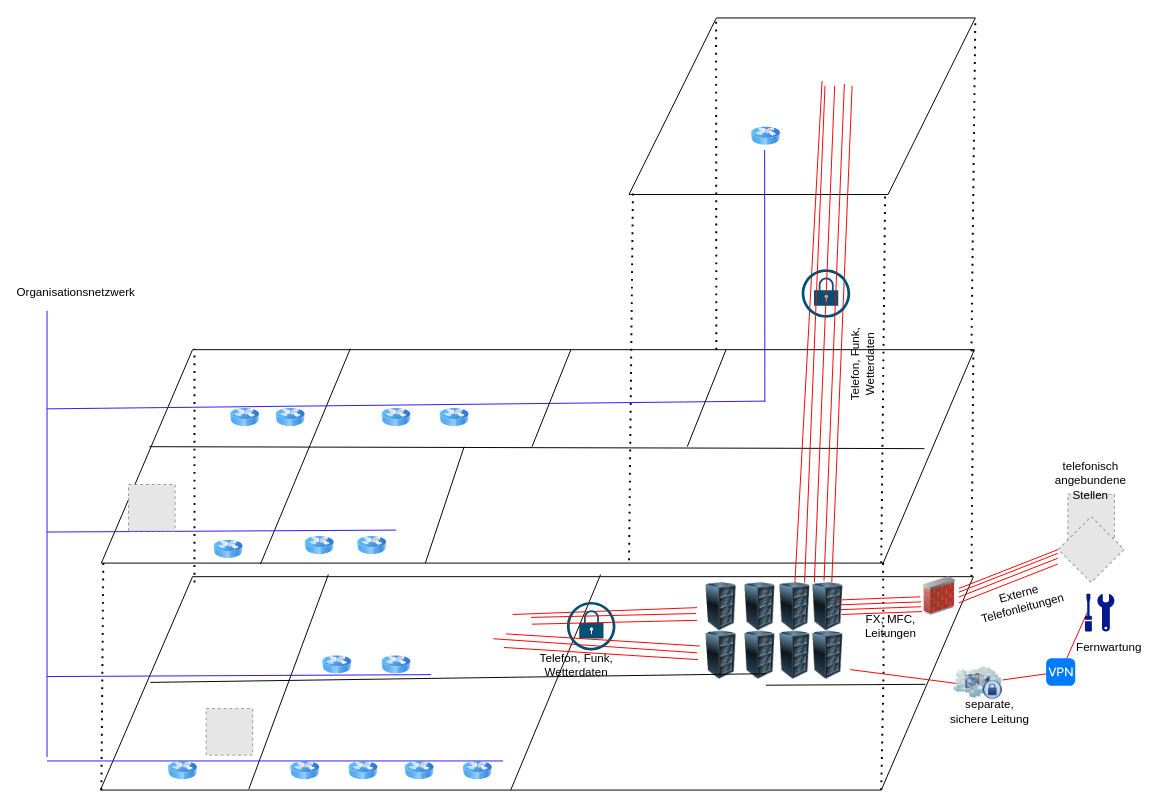
This is Physische Netzwerktopologie.drawio from meetSeb/Computer-Network, a draw.io file, before an edit. Source tidied: cells renumbered, new cells numbered last; positions are measured from the earlier drawing's top-left corner, leaving out a move shared by most shapes. Both pictures are drawn from the tidied source at 97%, with x=0, y=0 at pixel (47, 17). Pictures stored in the file or linked from it are replaced by grey dashed boxes.
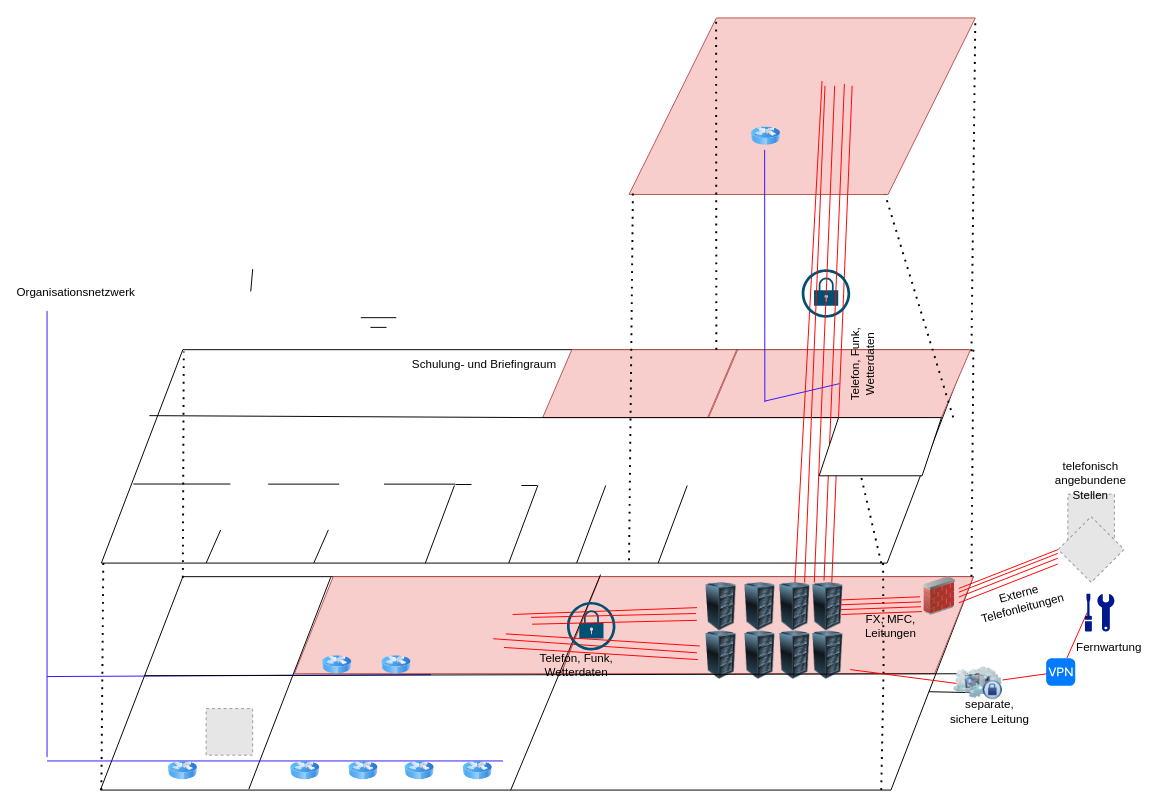
The same page after the edit.

The edit, as a diff of the source:
```diff
@@
+    <mxCell id="3" style="shape=parallelogram;perimeter=parallelogramPerimeter;whiteSpace=wrap;html=1;fixedSize=1;size=84;" parent="1" vertex="1">
+      <mxGeometry x="56" y="342" width="894" height="220" as="geometry" />
+    </mxCell>
+    <mxCell id="92" style="shape=parallelogram;perimeter=parallelogramPerimeter;whiteSpace=wrap;html=1;fixedSize=1;size=30;fillColor=#f8cecc;strokeColor=#b85450;" parent="1" vertex="1">
+      <mxGeometry x="682" y="342" width="270" height="70" as="geometry" />
+    </mxCell>
+    <mxCell id="93" style="shape=parallelogram;perimeter=parallelogramPerimeter;whiteSpace=wrap;html=1;fixedSize=1;size=30;fillColor=#f8cecc;strokeColor=#b85450;" parent="1" vertex="1">
+      <mxGeometry x="511" y="342" width="200" height="70" as="geometry" />
+    </mxCell>
+    <mxCell id="4" style="shape=parallelogram;perimeter=parallelogramPerimeter;whiteSpace=wrap;html=1;fixedSize=1;size=85;" parent="1" vertex="1">
+      <mxGeometry x="55" y="576" width="900" height="220" as="geometry" />
+    </mxCell>
+    <mxCell id="94" style="shape=parallelogram;perimeter=parallelogramPerimeter;whiteSpace=wrap;html=1;fixedSize=1;size=40;fillColor=#f8cecc;strokeColor=#b85450;" parent="1" vertex="1">
+      <mxGeometry x="255" y="576" width="315" height="100" as="geometry" />
+    </mxCell>
+    <mxCell id="95" style="shape=parallelogram;perimeter=parallelogramPerimeter;whiteSpace=wrap;html=1;fixedSize=1;size=40;fillColor=#f8cecc;strokeColor=#b85450;" parent="1" vertex="1">
+      <mxGeometry x="530" y="576" width="425" height="100" as="geometry" />
+    </mxCell>
-    <mxCell id="2" style="shape=parallelogram;perimeter=parallelogramPerimeter;whiteSpace=wrap;html=1;fixedSize=1;size=90.00000000000023;" parent="1" vertex="1">
+    <mxCell id="2" style="shape=parallelogram;perimeter=parallelogramPerimeter;whiteSpace=wrap;html=1;fixedSize=1;size=90.00000000000023;fillColor=#f8cecc;strokeColor=#b85450;" parent="1" vertex="1">
       <mxGeometry x="600" width="357" height="182" as="geometry" />
     </mxCell>
-    <mxCell id="3" style="shape=parallelogram;perimeter=parallelogramPerimeter;whiteSpace=wrap;html=1;fixedSize=1;size=94;" parent="1" vertex="1">
-      <mxGeometry x="56" y="342" width="900" height="220" as="geometry" />
-    </mxCell>
-    <mxCell id="4" style="shape=parallelogram;perimeter=parallelogramPerimeter;whiteSpace=wrap;html=1;fixedSize=1;size=95;" parent="1" vertex="1">
-      <mxGeometry x="55" y="576" width="900" height="220" as="geometry" />
-    </mxCell>
@@
-    <mxCell id="6" style="edgeStyle=none;rounded=0;orthogonalLoop=1;jettySize=auto;html=1;sourcePerimeterSpacing=5;endArrow=none;endFill=0;targetPerimeterSpacing=5;strokeColor=#2E17FF;" parent="1" edge="1">
+    <mxCell id="6" style="edgeStyle=none;rounded=0;jettySize=auto;html=1;sourcePerimeterSpacing=5;endArrow=none;endFill=0;targetPerimeterSpacing=5;strokeColor=#2E17FF;" parent="1" edge="1" source="92">
       <mxGeometry relative="1" as="geometry">
-        <mxPoint y="403" as="sourcePoint" />
         <mxPoint x="740" y="395" as="targetPoint" />
       </mxGeometry>
     </mxCell>
@@
-    <mxCell id="10" style="endArrow=none;dashed=1;html=1;dashPattern=1 3;strokeWidth=2;rounded=0;entryX=0.935;entryY=0.989;entryDx=0;entryDy=0;entryPerimeter=0;" parent="1" edge="1">
+    <mxCell id="10" style="endArrow=none;dashed=1;html=1;dashPattern=1 3;strokeWidth=2;rounded=0;entryX=0.095;entryY=0.009;entryDx=0;entryDy=0;entryPerimeter=0;" parent="1" edge="1" target="3">
       <mxGeometry relative="1" as="geometry">
-        <mxPoint x="152" y="582" as="sourcePoint" />
-        <mxPoint x="152" y="341" as="targetPoint" />
+        <mxPoint x="140" y="577" as="sourcePoint" />
       </mxGeometry>
     </mxCell>
@@
-    <mxCell id="12" style="endArrow=none;dashed=1;html=1;dashPattern=1 3;strokeWidth=2;rounded=0;exitX=0.934;exitY=0.997;exitDx=0;exitDy=0;exitPerimeter=0;" parent="1" edge="1">
+    <mxCell id="12" style="endArrow=none;dashed=1;html=1;dashPattern=1 3;strokeWidth=2;rounded=0;exitX=0.934;exitY=0.997;exitDx=0;exitDy=0;exitPerimeter=0;" parent="1" edge="1" source="92">
       <mxGeometry relative="1" as="geometry">
-        <mxPoint x="860" y="562" as="sourcePoint" />
         <mxPoint x="864" y="182" as="targetPoint" />
       </mxGeometry>
     </mxCell>
@@
     <mxCell id="15" style="endArrow=none;html=1;rounded=0;entryX=1;entryY=0.25;entryDx=0;entryDy=0;" parent="1" edge="1">
       <mxGeometry relative="1" as="geometry">
-        <mxPoint x="105.5" y="442" as="sourcePoint" />
-        <mxPoint x="904.5" y="444" as="targetPoint" />
+        <mxPoint x="105.5" y="410" as="sourcePoint" />
+        <mxPoint x="904.5" y="412" as="targetPoint" />
+        <Array as="points">
+          <mxPoint x="500" y="412" />
+        </Array>
       </mxGeometry>
     </mxCell>
-    <mxCell id="16" style="endArrow=none;html=1;rounded=0;entryX=1;entryY=0.25;entryDx=0;entryDy=0;" parent="1" edge="1">
-      <mxGeometry relative="1" as="geometry">
-        <mxPoint x="741" y="687.9" as="sourcePoint" />
-        <mxPoint x="905.5" y="687" as="targetPoint" />
-      </mxGeometry>
-    </mxCell>
@@
-    <mxCell id="18" style="endArrow=none;html=1;rounded=0;entryX=0.75;entryY=0;entryDx=0;entryDy=0;exitX=0.17;exitY=0.996;exitDx=0;exitDy=0;exitPerimeter=0;" parent="1" edge="1" source="4">
-      <mxGeometry relative="1" as="geometry">
-        <mxPoint x="290" y="573.8" as="targetPoint" />
-      </mxGeometry>
+    <mxCell id="18" style="endArrow=none;html=1;rounded=0;entryX=0.119;entryY=0.006;entryDx=0;entryDy=0;exitX=0.17;exitY=0.996;exitDx=0;exitDy=0;exitPerimeter=0;entryPerimeter=0;" parent="1" edge="1" source="4" target="94">
+      <mxGeometry relative="1" as="geometry" />
     </mxCell>
-    <mxCell id="19" style="endArrow=none;html=1;rounded=0;entryX=0.75;entryY=0;entryDx=0;entryDy=0;exitX=0.647;exitY=1.01;exitDx=0;exitDy=0;exitPerimeter=0;" parent="1" edge="1">
+    <mxCell id="19" style="endArrow=none;html=1;rounded=0;exitX=0.647;exitY=1.01;exitDx=0;exitDy=0;exitPerimeter=0;" parent="1" edge="1">
       <mxGeometry relative="1" as="geometry">
-        <mxPoint x="220" y="563.1" as="sourcePoint" />
-        <mxPoint x="312.7" y="340.9" as="targetPoint" />
+        <mxPoint x="164" y="562" as="sourcePoint" />
+        <mxPoint x="179" y="527.8" as="targetPoint" />
       </mxGeometry>
     </mxCell>
     <mxCell id="20" style="endArrow=none;html=1;rounded=0;exitX=0.647;exitY=1.01;exitDx=0;exitDy=0;exitPerimeter=0;" parent="1" edge="1">
       <mxGeometry relative="1" as="geometry">
         <mxPoint x="390" y="562" as="sourcePoint" />
-        <mxPoint x="430" y="442" as="targetPoint" />
+        <mxPoint x="420" y="482" as="targetPoint" />
       </mxGeometry>
     </mxCell>
-    <mxCell id="21" style="endArrow=none;html=1;rounded=0;exitX=0.647;exitY=1.01;exitDx=0;exitDy=0;exitPerimeter=0;" parent="1" edge="1">
-      <mxGeometry relative="1" as="geometry">
-        <mxPoint x="500" y="442" as="sourcePoint" />
-        <mxPoint x="540" y="342" as="targetPoint" />
-      </mxGeometry>
-    </mxCell>
@@
-    <mxCell id="34" style="edgeStyle=none;rounded=0;orthogonalLoop=1;jettySize=auto;html=1;sourcePerimeterSpacing=5;endArrow=none;endFill=0;targetPerimeterSpacing=5;strokeColor=#3112FF;" parent="1" edge="1">
-      <mxGeometry relative="1" as="geometry">
-        <mxPoint y="530" as="sourcePoint" />
-        <mxPoint x="360" y="528" as="targetPoint" />
-      </mxGeometry>
-    </mxCell>
-    <mxCell id="35" style="fillColor=#E6E6E6;strokeColor=#999999;dashed=1;verticalLabelPosition=bottom;verticalAlign=top;" parent="1" vertex="1">
-      <mxGeometry x="84" y="481" width="48" height="48" as="geometry" />
-    </mxCell>
@@
-    <mxCell id="49" style="endArrow=none;html=1;rounded=0;entryX=1;entryY=0.25;entryDx=0;entryDy=0;" parent="1" edge="1">
+    <mxCell id="49" style="endArrow=none;html=1;rounded=0;exitX=0.05;exitY=0.464;exitDx=0;exitDy=0;exitPerimeter=0;" parent="1" edge="1" source="4" target="4">
       <mxGeometry relative="1" as="geometry">
-        <mxPoint x="106.5" y="685" as="sourcePoint" />
-        <mxPoint x="741" y="676" as="targetPoint" />
+        <Array as="points">
+          <mxPoint x="920" y="676" />
+        </Array>
       </mxGeometry>
     </mxCell>
@@
-    <mxCell id="75" style="image;html=1;image=img/lib/clip_art/networking/Router_Icon_128x128.png;" parent="1" vertex="1">
-      <mxGeometry x="266" y="534" width="30" height="20" as="geometry" />
-    </mxCell>
-    <mxCell id="76" style="image;html=1;image=img/lib/clip_art/networking/Router_Icon_128x128.png;" parent="1" vertex="1">
-      <mxGeometry x="320" y="534" width="30" height="20" as="geometry" />
-    </mxCell>
-    <mxCell id="77" style="image;html=1;image=img/lib/clip_art/networking/Router_Icon_128x128.png;" parent="1" vertex="1">
-      <mxGeometry x="172" y="538" width="30" height="20" as="geometry" />
-    </mxCell>
@@
-    <mxCell id="84" style="image;html=1;image=img/lib/clip_art/networking/Router_Icon_128x128.png;" parent="1" vertex="1">
-      <mxGeometry x="189" y="402" width="30" height="20" as="geometry" />
-    </mxCell>
-    <mxCell id="85" style="image;html=1;image=img/lib/clip_art/networking/Router_Icon_128x128.png;" parent="1" vertex="1">
-      <mxGeometry x="236" y="402" width="30" height="20" as="geometry" />
-    </mxCell>
-    <mxCell id="86" style="image;html=1;image=img/lib/clip_art/networking/Router_Icon_128x128.png;" parent="1" vertex="1">
-      <mxGeometry x="345" y="402" width="30" height="20" as="geometry" />
-    </mxCell>
-    <mxCell id="87" style="image;html=1;image=img/lib/clip_art/networking/Router_Icon_128x128.png;" parent="1" vertex="1">
-      <mxGeometry x="405" y="402" width="30" height="20" as="geometry" />
-    </mxCell>
@@
-    <mxCell id="91" style="endArrow=none;html=1;rounded=0;exitX=0.647;exitY=1.01;exitDx=0;exitDy=0;exitPerimeter=0;" parent="1" edge="1">
-      <mxGeometry relative="1" as="geometry">
-        <mxPoint x="660" y="442" as="sourcePoint" />
-        <mxPoint x="700" y="342" as="targetPoint" />
-      </mxGeometry>
-    </mxCell>
+    <mxCell id="96" style="endArrow=none;dashed=1;html=1;dashPattern=1 3;strokeWidth=2;rounded=0;exitX=0.934;exitY=0.997;exitDx=0;exitDy=0;exitPerimeter=0;" parent="1" edge="1" target="92">
+      <mxGeometry relative="1" as="geometry">
+        <mxPoint x="860" y="562" as="sourcePoint" />
+      </mxGeometry>
+    </mxCell>
+    <mxCell id="97" value="Schulung- und Briefingraum" style="text;strokeColor=none;align=center;fillColor=none;html=1;verticalAlign=middle;whiteSpace=wrap;rounded=0;" parent="1" vertex="1">
+      <mxGeometry x="366" y="342" width="170" height="30" as="geometry" />
+    </mxCell>
+    <mxCell id="98" style="endArrow=none;html=1;rounded=0;" parent="1" edge="1">
+      <mxGeometry relative="1" as="geometry">
+        <mxPoint x="212" y="259" as="sourcePoint" />
+        <mxPoint x="210" y="282" as="targetPoint" />
+      </mxGeometry>
+    </mxCell>
+    <mxCell id="99" style="endArrow=none;html=1;rounded=0;" parent="1" edge="1">
+      <mxGeometry relative="1" as="geometry">
+        <mxPoint x="228" y="480.6" as="sourcePoint" />
+        <mxPoint x="301.2" y="480.6" as="targetPoint" />
+      </mxGeometry>
+    </mxCell>
+    <mxCell id="100" style="endArrow=none;html=1;rounded=0;" parent="1" edge="1">
+      <mxGeometry relative="1" as="geometry">
+        <mxPoint x="347.4" y="480.6" as="sourcePoint" />
+        <mxPoint x="420.6" y="480.6" as="targetPoint" />
+      </mxGeometry>
+    </mxCell>
+    <mxCell id="101" style="endArrow=none;html=1;rounded=0;exitX=0.647;exitY=1.01;exitDx=0;exitDy=0;exitPerimeter=0;" parent="1" edge="1">
+      <mxGeometry relative="1" as="geometry">
+        <mxPoint x="275" y="562" as="sourcePoint" />
+        <mxPoint x="290" y="527.8" as="targetPoint" />
+      </mxGeometry>
+    </mxCell>
+    <mxCell id="102" style="endArrow=none;html=1;rounded=0;" parent="1" edge="1">
+      <mxGeometry relative="1" as="geometry">
+        <mxPoint x="89" y="480.5" as="sourcePoint" />
+        <mxPoint x="189" y="480.5" as="targetPoint" />
+      </mxGeometry>
+    </mxCell>
+    <mxCell id="103" style="endArrow=none;html=1;rounded=0;exitX=0.647;exitY=1.01;exitDx=0;exitDy=0;exitPerimeter=0;" parent="1" edge="1">
+      <mxGeometry relative="1" as="geometry">
+        <mxPoint x="476" y="562" as="sourcePoint" />
+        <mxPoint x="506" y="482" as="targetPoint" />
+      </mxGeometry>
+    </mxCell>
+    <mxCell id="104" style="endArrow=none;html=1;rounded=0;" parent="1" edge="1">
+      <mxGeometry relative="1" as="geometry">
+        <mxPoint x="323.4" y="309" as="sourcePoint" />
+        <mxPoint x="360" y="309" as="targetPoint" />
+      </mxGeometry>
+    </mxCell>
+    <mxCell id="105" style="endArrow=none;html=1;rounded=0;" parent="1" edge="1">
+      <mxGeometry relative="1" as="geometry">
+        <mxPoint x="333.4" y="319" as="sourcePoint" />
+        <mxPoint x="350" y="319" as="targetPoint" />
+      </mxGeometry>
+    </mxCell>
+    <mxCell id="106" style="endArrow=none;html=1;rounded=0;" parent="1" edge="1">
+      <mxGeometry relative="1" as="geometry">
+        <mxPoint x="421" y="481" as="sourcePoint" />
+        <mxPoint x="437.6" y="481" as="targetPoint" />
+      </mxGeometry>
+    </mxCell>
+    <mxCell id="107" style="endArrow=none;html=1;rounded=0;" parent="1" edge="1">
+      <mxGeometry relative="1" as="geometry">
+        <mxPoint x="489" y="482" as="sourcePoint" />
+        <mxPoint x="505.6" y="482" as="targetPoint" />
+      </mxGeometry>
+    </mxCell>
+    <mxCell id="108" style="endArrow=none;html=1;rounded=0;exitX=0.647;exitY=1.01;exitDx=0;exitDy=0;exitPerimeter=0;" parent="1" edge="1">
+      <mxGeometry relative="1" as="geometry">
+        <mxPoint x="546" y="562" as="sourcePoint" />
+        <mxPoint x="576" y="482" as="targetPoint" />
+      </mxGeometry>
+    </mxCell>
+    <mxCell id="109" style="endArrow=none;html=1;rounded=0;exitX=0.647;exitY=1.01;exitDx=0;exitDy=0;exitPerimeter=0;" parent="1" edge="1">
+      <mxGeometry relative="1" as="geometry">
+        <mxPoint x="630" y="562" as="sourcePoint" />
+        <mxPoint x="660" y="482" as="targetPoint" />
+      </mxGeometry>
+    </mxCell>
+    <mxCell id="110" style="shape=parallelogram;perimeter=parallelogramPerimeter;whiteSpace=wrap;html=1;fixedSize=1;size=20;" parent="1" vertex="1">
+      <mxGeometry x="796" y="412" width="126.1" height="60" as="geometry" />
+    </mxCell>
```
